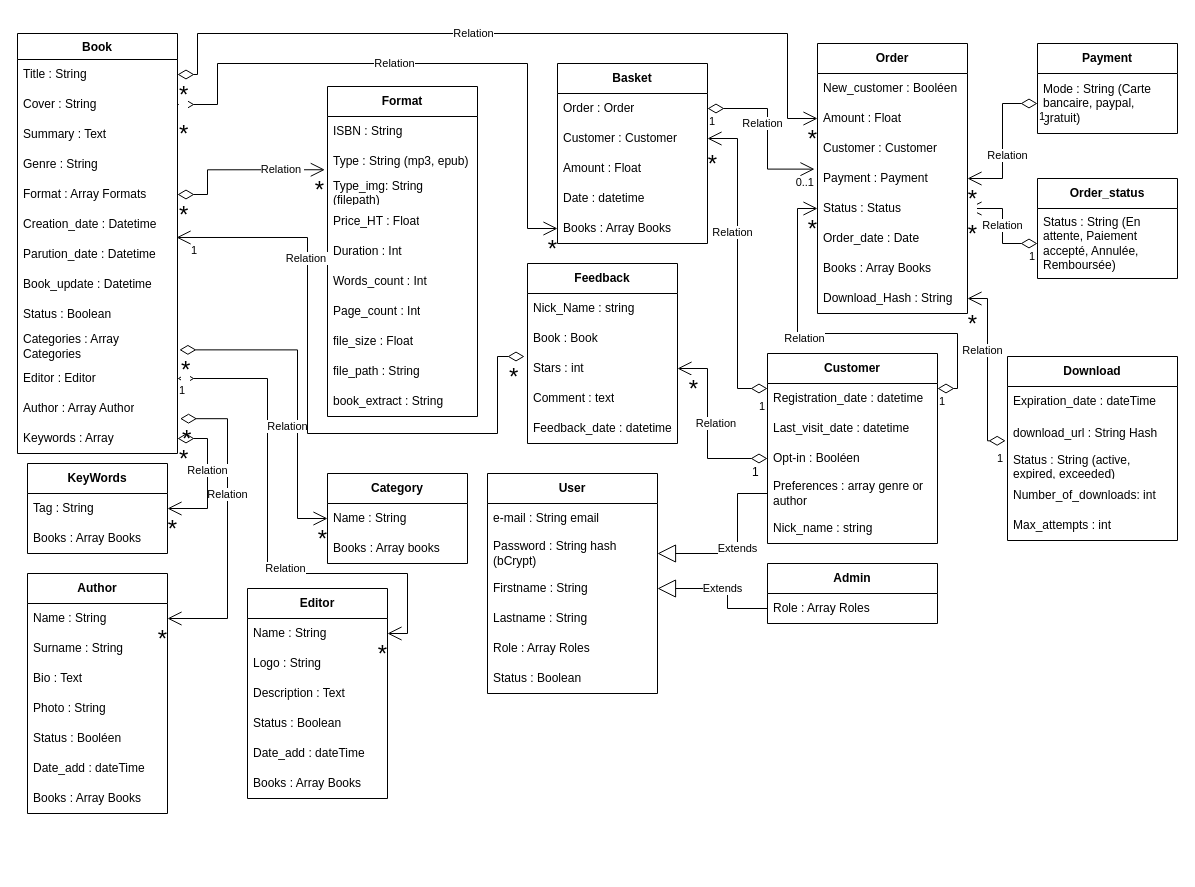
This is page "Classes" (1 of 2) of classes_neobook.drawio from cbeauquel/Neobook, a draw.io file, before an edit. Source tidied: cells renumbered, new cells numbered last; positions are measured from the earlier drawing's top-left corner, leaving out a move shared by most shapes. Both pictures are drawn from the tidied source at 100%, with x=0, y=0 at pixel (17, 33).
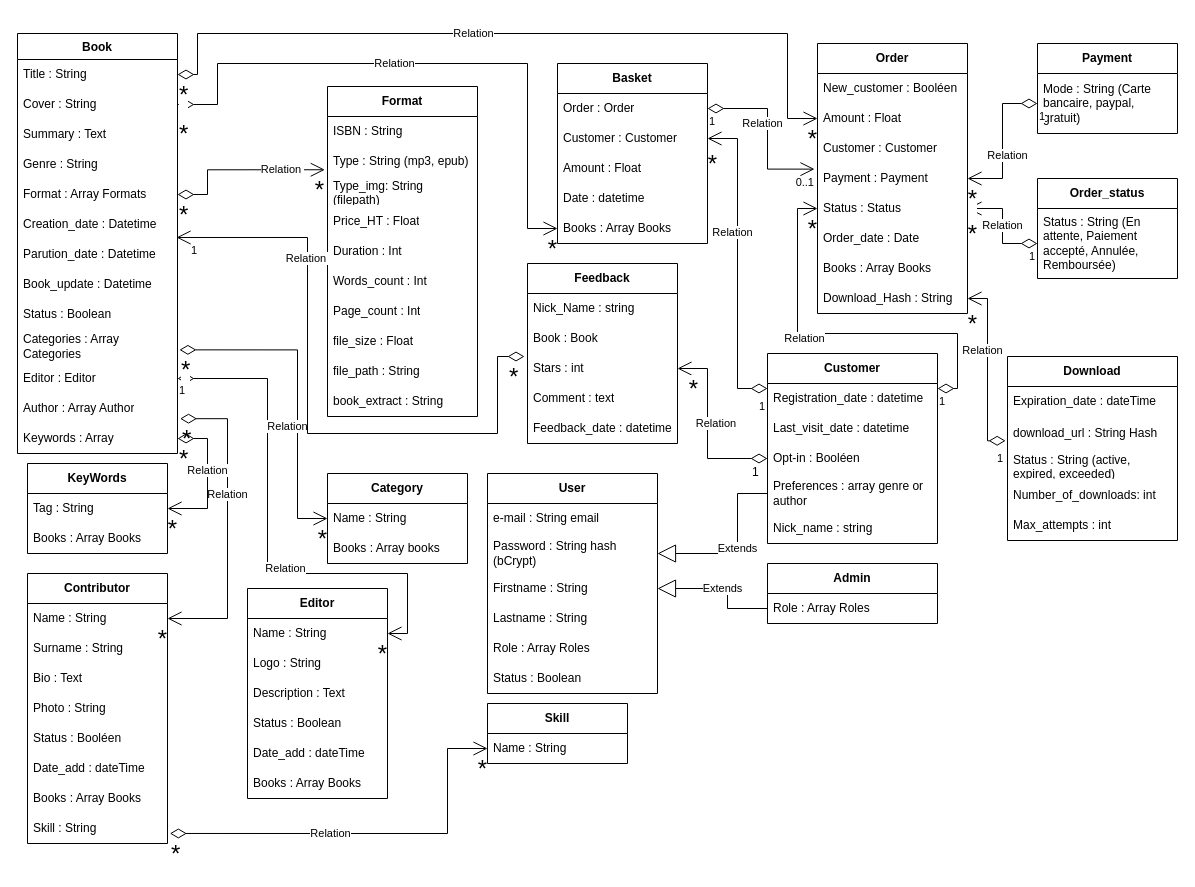
The same diagram, later.

Commit message:
Mettre à jour classes_neobook.drawio

Change to the diagram source:
```diff
@@
-    <mxCell id="2" value="&lt;b&gt;Author&lt;/b&gt;" style="swimlane;fontStyle=0;horizontal=1;startSize=30;whiteSpace=wrap;html=1;" parent="1" vertex="1">
-      <mxGeometry x="10" y="540" width="140" height="240" as="geometry" />
+    <mxCell id="2" value="&lt;b&gt;Contributor&lt;/b&gt;" style="swimlane;fontStyle=0;horizontal=1;startSize=30;whiteSpace=wrap;html=1;" parent="1" vertex="1">
+      <mxGeometry x="10" y="540" width="140" height="270" as="geometry" />
     </mxCell>
@@
+    <mxCell id="141" value="S&lt;span style=&quot;background-color: transparent; color: light-dark(rgb(0, 0, 0), rgb(255, 255, 255));&quot;&gt;kill : String&lt;/span&gt;" style="text;strokeColor=none;fillColor=none;align=left;verticalAlign=middle;spacingLeft=4;spacingRight=4;overflow=hidden;points=[[0,0.5],[1,0.5]];portConstraint=eastwest;whiteSpace=wrap;html=1;" parent="2" vertex="1">
+      <mxGeometry y="240" width="140" height="30" as="geometry" />
+    </mxCell>
@@
+    <mxCell id="142" value="&lt;b&gt;Skill&lt;/b&gt;" style="swimlane;fontStyle=0;horizontal=1;startSize=30;whiteSpace=wrap;html=1;" parent="1" vertex="1">
+      <mxGeometry x="470" y="670" width="140" height="60" as="geometry" />
+    </mxCell>
+    <mxCell id="143" value="Name : String" style="text;strokeColor=none;fillColor=none;align=left;verticalAlign=middle;spacingLeft=4;spacingRight=4;overflow=hidden;points=[[0,0.5],[1,0.5]];portConstraint=eastwest;whiteSpace=wrap;html=1;" parent="142" vertex="1">
+      <mxGeometry y="30" width="140" height="30" as="geometry" />
+    </mxCell>
+    <mxCell id="144" value="Relation" style="endArrow=open;html=1;endSize=12;startArrow=diamondThin;startSize=14;startFill=0;edgeStyle=orthogonalEdgeStyle;rounded=0;entryX=0;entryY=0.5;entryDx=0;entryDy=0;exitX=1.017;exitY=0.666;exitDx=0;exitDy=0;exitPerimeter=0;" parent="1" edge="1" source="141" target="143">
+      <mxGeometry x="-0.2" relative="1" as="geometry">
+        <Array as="points">
+          <mxPoint x="430" y="800" />
+          <mxPoint x="430" y="715" />
+        </Array>
+      </mxGeometry>
+    </mxCell>
+    <mxCell id="145" value="&lt;font style=&quot;font-size: 24px;&quot;&gt;*&lt;/font&gt;" style="edgeLabel;html=1;align=left;verticalAlign=top;" parent="144" vertex="1">
+      <mxGeometry x="-1" relative="1" as="geometry" />
+    </mxCell>
+    <mxCell id="146" value="&lt;font style=&quot;font-size: 24px;&quot;&gt;*&lt;/font&gt;" style="edgeLabel;html=1;align=right;verticalAlign=top;" parent="144" vertex="1">
+      <mxGeometry x="1" relative="1" as="geometry" />
+    </mxCell>
```
